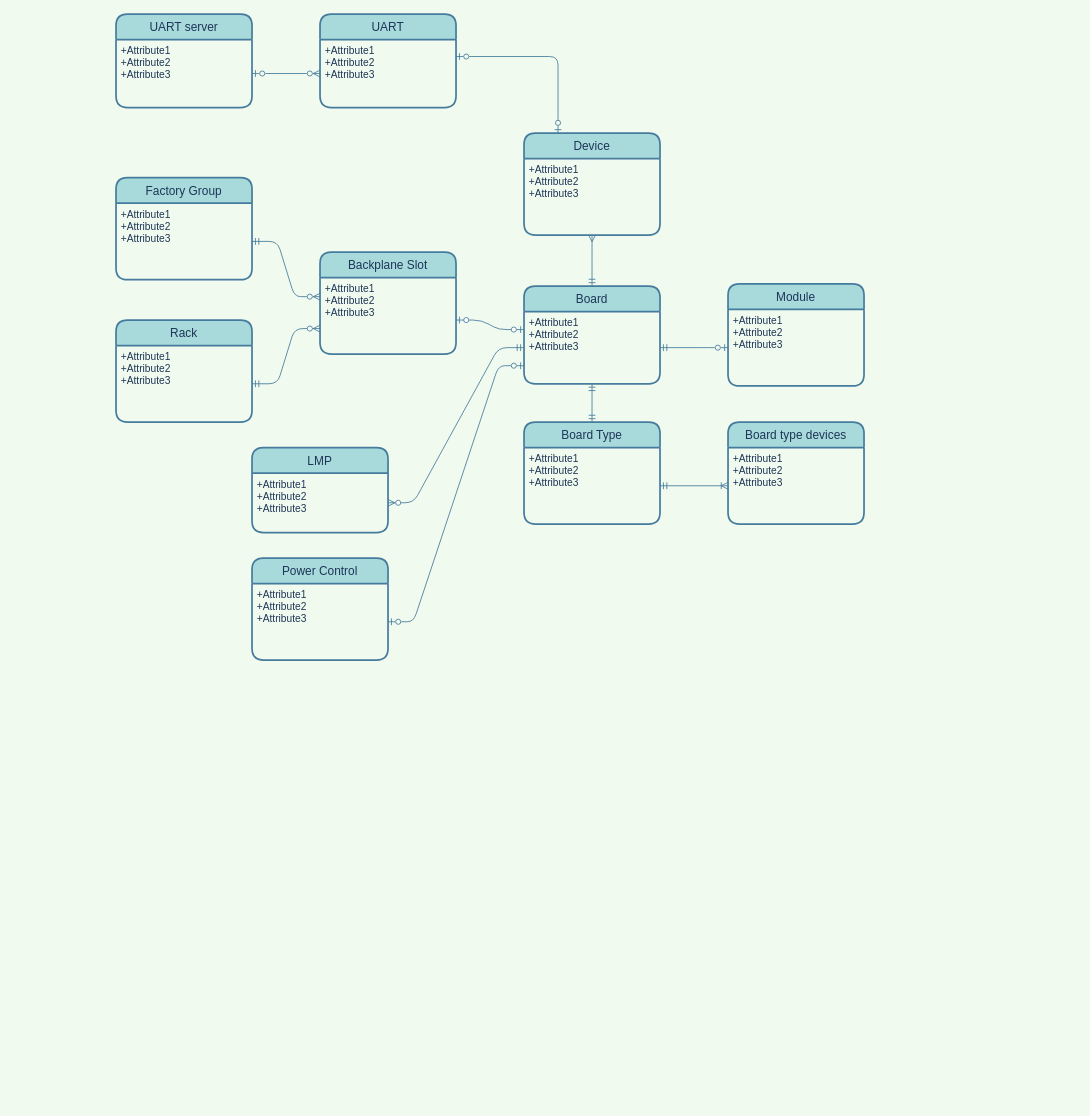
This is ConfManager/models/PlatformConfig.drawio from cygerior/LabManager, a draw.io file, before an edit. Source tidied: cells renumbered, new cells numbered last; positions are measured from the earlier drawing's top-left corner, leaving out a move shared by most shapes. Both pictures are drawn from the tidied source at 85%, with x=0, y=0 at pixel (116, 14).
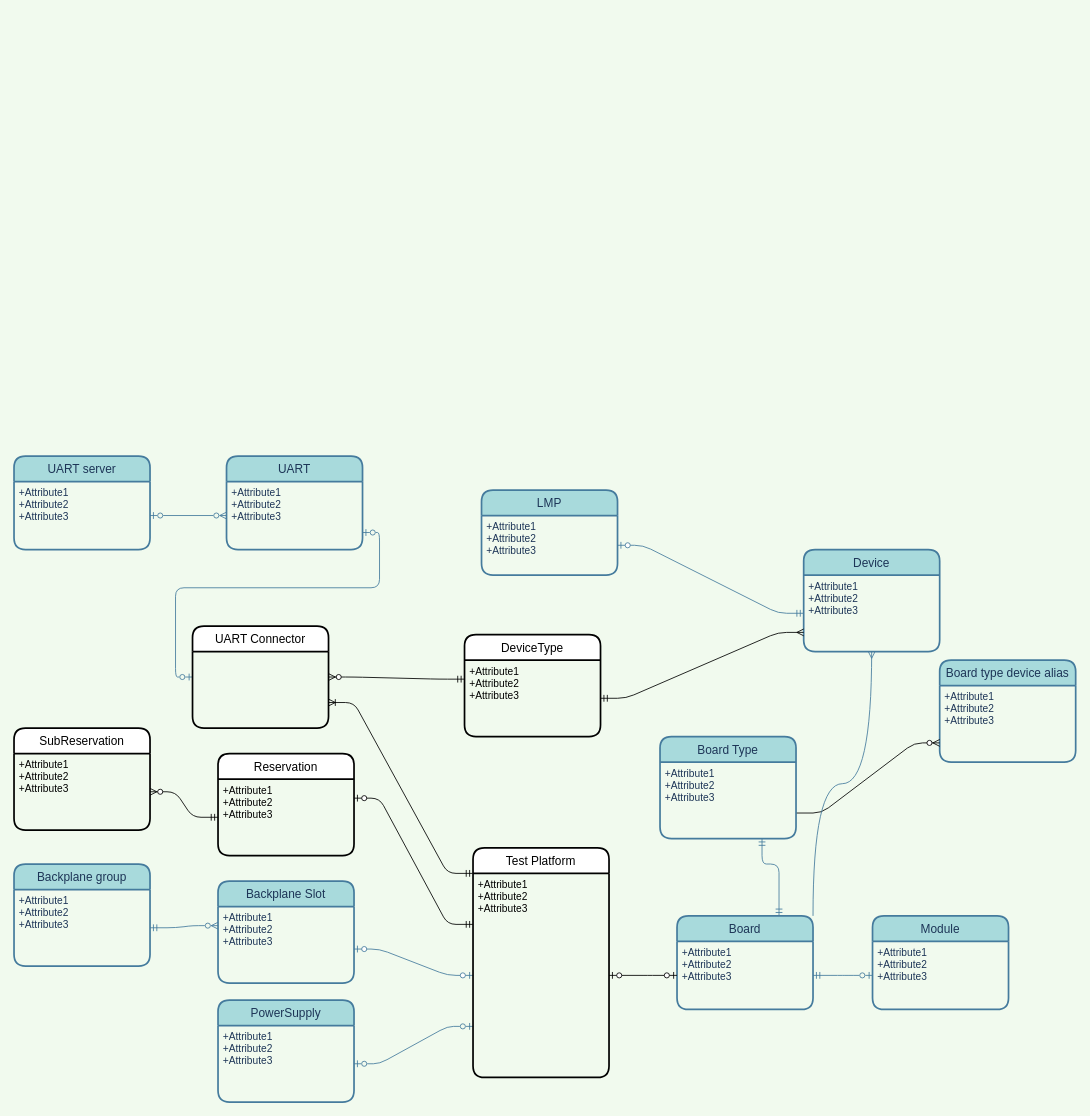
The same diagram, later.

Unchanged cells that the change refers to:
```xml
<mxCell id="5" value="+Attribute1&#10;+Attribute2&#10;+Attribute3" style="align=left;strokeColor=none;fillColor=none;spacingLeft=4;fontSize=12;verticalAlign=top;fontColor=#1D3557;" parent="4" vertex="1">
  <mxGeometry y="30" width="160" height="90" as="geometry" />
</mxCell>
<mxCell id="18" value="+Attribute1&#10;+Attribute2&#10;+Attribute3" style="align=left;strokeColor=none;fillColor=none;spacingLeft=4;fontSize=12;verticalAlign=top;fontColor=#1D3557;" parent="17" vertex="1">
  <mxGeometry y="30" width="160" height="90" as="geometry" />
</mxCell>
<mxCell id="23" value="+Attribute1&#10;+Attribute2&#10;+Attribute3" style="align=left;strokeColor=none;fillColor=none;spacingLeft=4;fontSize=12;verticalAlign=top;fontColor=#1D3557;" parent="22" vertex="1">
  <mxGeometry y="30" width="160" height="90" as="geometry" />
</mxCell>
<mxCell id="27" value="+Attribute1&#10;+Attribute2&#10;+Attribute3" style="align=left;strokeColor=none;fillColor=none;spacingLeft=4;fontSize=12;verticalAlign=top;fontColor=#1D3557;" parent="26" vertex="1">
  <mxGeometry y="30" width="160" height="70" as="geometry" />
</mxCell>
<mxCell id="29" value="+Attribute1&#10;+Attribute2&#10;+Attribute3" style="align=left;strokeColor=none;fillColor=none;spacingLeft=4;fontSize=12;verticalAlign=top;fontColor=#1D3557;" parent="28" vertex="1">
  <mxGeometry y="30" width="160" height="80" as="geometry" />
</mxCell>
<mxCell id="36" value="+Attribute1&#10;+Attribute2&#10;+Attribute3" style="align=left;strokeColor=none;fillColor=none;spacingLeft=4;fontSize=12;verticalAlign=top;fontColor=#1D3557;" parent="35" vertex="1">
  <mxGeometry y="30" width="160" height="90" as="geometry" />
</mxCell>
```

The edit, as a diff of the source:
```diff
@@
-    <mxCell id="2" value="Factory Group" style="swimlane;horizontal=1;startSize=30;rounded=1;fontSize=14;fontStyle=0;strokeWidth=2;shadow=0;dashed=0;align=center;fillColor=#A8DADC;strokeColor=#457B9D;fontColor=#1D3557;" parent="1" vertex="1">
-      <mxGeometry y="192.5" width="160" height="120" as="geometry" />
+    <mxCell id="2" value="Backplane group" style="swimlane;horizontal=1;startSize=30;rounded=1;fontSize=14;fontStyle=0;strokeWidth=2;shadow=0;dashed=0;align=center;fillColor=#A8DADC;strokeColor=#457B9D;fontColor=#1D3557;" parent="1" vertex="1">
+      <mxGeometry x="-120" y="1000" width="160" height="120" as="geometry" />
     </mxCell>
@@
     <mxCell id="4" value="Backplane Slot" style="swimlane;horizontal=1;startSize=30;rounded=1;fontSize=14;fontStyle=0;strokeWidth=2;shadow=0;dashed=0;align=center;fillColor=#A8DADC;strokeColor=#457B9D;fontColor=#1D3557;" parent="1" vertex="1">
-      <mxGeometry x="240" y="280" width="160" height="120" as="geometry" />
+      <mxGeometry x="120" y="1020" width="160" height="120" as="geometry" />
     </mxCell>
@@
-    <mxCell id="7" value="Rack" style="swimlane;horizontal=1;startSize=30;rounded=1;fontSize=14;fontStyle=0;strokeWidth=2;shadow=0;dashed=0;align=center;fillColor=#A8DADC;strokeColor=#457B9D;fontColor=#1D3557;" parent="1" vertex="1">
-      <mxGeometry y="360" width="160" height="120" as="geometry" />
-    </mxCell>
-    <mxCell id="8" value="+Attribute1&#10;+Attribute2&#10;+Attribute3" style="align=left;strokeColor=none;fillColor=none;spacingLeft=4;fontSize=12;verticalAlign=top;fontColor=#1D3557;" parent="7" vertex="1">
-      <mxGeometry y="30" width="160" height="90" as="geometry" />
-    </mxCell>
-    <mxCell id="9" style="edgeStyle=entityRelationEdgeStyle;fontSize=12;html=1;endArrow=ERzeroToMany;endFill=1;entryX=0;entryY=0.667;entryDx=0;entryDy=0;entryPerimeter=0;exitX=1;exitY=0.5;exitDx=0;exitDy=0;startArrow=ERmandOne;startFill=0;strokeColor=#457B9D;fontColor=#1D3557;labelBackgroundColor=#F1FAEE;" parent="1" edge="1" source="8" target="5">
-      <mxGeometry relative="1" as="geometry" />
-    </mxCell>
-    <mxCell id="10" style="edgeStyle=entityRelationEdgeStyle;fontSize=12;html=1;endArrow=ERzeroToOne;endFill=1;entryX=0;entryY=0.25;entryDx=0;entryDy=0;exitX=1;exitY=0.556;exitDx=0;exitDy=0;exitPerimeter=0;strokeColor=#457B9D;fontColor=#1D3557;labelBackgroundColor=#F1FAEE;startArrow=ERzeroToOne;startFill=1;" parent="1" edge="1" source="5" target="12">
+    <mxCell id="10" style="edgeStyle=entityRelationEdgeStyle;fontSize=12;html=1;endArrow=ERzeroToOne;endFill=1;entryX=0;entryY=0.5;entryDx=0;entryDy=0;exitX=1;exitY=0.556;exitDx=0;exitDy=0;exitPerimeter=0;strokeColor=#457B9D;fontColor=#1D3557;labelBackgroundColor=#F1FAEE;startArrow=ERzeroToOne;startFill=1;" parent="1" edge="1" source="5" target="38">
       <mxGeometry relative="1" as="geometry" />
     </mxCell>
     <mxCell id="11" value="Board" style="swimlane;horizontal=1;startSize=30;rounded=1;fontSize=14;fontStyle=0;strokeWidth=2;shadow=0;dashed=0;align=center;fillColor=#A8DADC;strokeColor=#457B9D;fontColor=#1D3557;" parent="1" vertex="1">
-      <mxGeometry x="480" y="320" width="160" height="115" as="geometry" />
+      <mxGeometry x="660" y="1061" width="160" height="110" as="geometry" />
     </mxCell>
     <mxCell id="12" value="+Attribute1&#10;+Attribute2&#10;+Attribute3" style="align=left;strokeColor=none;fillColor=none;spacingLeft=4;fontSize=12;verticalAlign=top;fontColor=#1D3557;" parent="11" vertex="1">
-      <mxGeometry y="30" width="160" height="85" as="geometry" />
+      <mxGeometry y="30" width="160" height="80" as="geometry" />
     </mxCell>
@@
     <mxCell id="14" value="Module" style="swimlane;horizontal=1;startSize=30;rounded=1;fontSize=14;fontStyle=0;strokeWidth=2;shadow=0;dashed=0;align=center;fillColor=#A8DADC;strokeColor=#457B9D;fontColor=#1D3557;" parent="1" vertex="1">
-      <mxGeometry x="720" y="317.5" width="160" height="120" as="geometry" />
+      <mxGeometry x="890" y="1061" width="160" height="110" as="geometry" />
     </mxCell>
     <mxCell id="15" value="+Attribute1&#10;+Attribute2&#10;+Attribute3" style="align=left;strokeColor=none;fillColor=none;spacingLeft=4;fontSize=12;verticalAlign=top;fontColor=#1D3557;" parent="14" vertex="1">
-      <mxGeometry y="30" width="160" height="90" as="geometry" />
+      <mxGeometry y="30" width="160" height="80" as="geometry" />
     </mxCell>
-    <mxCell id="16" style="edgeStyle=orthogonalEdgeStyle;fontSize=12;html=1;endArrow=ERmandOne;endFill=0;exitX=0.5;exitY=1;exitDx=0;exitDy=0;entryX=0.5;entryY=0;entryDx=0;entryDy=0;startArrow=ERmany;startFill=0;strokeColor=#457B9D;fontColor=#1D3557;jumpStyle=none;shadow=0;curved=1;labelBackgroundColor=#F1FAEE;" parent="1" edge="1" source="36" target="11">
-      <mxGeometry relative="1" as="geometry" />
-    </mxCell>
-    <mxCell id="17" value="Power Control" style="swimlane;horizontal=1;startSize=30;rounded=1;fontSize=14;fontStyle=0;strokeWidth=2;shadow=0;dashed=0;align=center;fillColor=#A8DADC;strokeColor=#457B9D;fontColor=#1D3557;" parent="1" vertex="1">
-      <mxGeometry x="160" y="640" width="160" height="120" as="geometry" />
+    <mxCell id="17" value="PowerSupply" style="swimlane;horizontal=1;startSize=30;rounded=1;fontSize=14;fontStyle=0;strokeWidth=2;shadow=0;dashed=0;align=center;fillColor=#A8DADC;strokeColor=#457B9D;fontColor=#1D3557;" parent="1" vertex="1">
+      <mxGeometry x="120" y="1160" width="160" height="120" as="geometry" />
     </mxCell>
@@
-    <mxCell id="19" style="edgeStyle=entityRelationEdgeStyle;jettySize=auto;html=1;fontSize=12;startArrow=ERzeroToOne;startFill=0;endArrow=ERzeroToOne;endFill=0;entryX=0;entryY=0.75;entryDx=0;entryDy=0;strokeColor=#457B9D;fontColor=#1D3557;labelBackgroundColor=#F1FAEE;" parent="1" edge="1" source="18" target="12">
+    <mxCell id="19" style="edgeStyle=entityRelationEdgeStyle;jettySize=auto;html=1;fontSize=12;startArrow=ERzeroToOne;startFill=0;endArrow=ERzeroToOne;endFill=0;entryX=0;entryY=0.75;entryDx=0;entryDy=0;strokeColor=#457B9D;fontColor=#1D3557;labelBackgroundColor=#F1FAEE;" parent="1" edge="1" source="18" target="38">
       <mxGeometry relative="1" as="geometry" />
     </mxCell>
-    <mxCell id="20" value="Board Type" style="swimlane;horizontal=1;startSize=30;rounded=1;fontSize=14;fontStyle=0;strokeWidth=2;shadow=0;dashed=0;align=center;fillColor=#A8DADC;strokeColor=#457B9D;fontColor=#1D3557;" parent="1" vertex="1">
-      <mxGeometry x="480" y="480" width="160" height="120" as="geometry" />
-    </mxCell>
-    <mxCell id="21" value="+Attribute1&#10;+Attribute2&#10;+Attribute3" style="align=left;strokeColor=none;fillColor=none;spacingLeft=4;fontSize=12;verticalAlign=top;fontColor=#1D3557;" parent="20" vertex="1">
-      <mxGeometry y="30" width="160" height="90" as="geometry" />
-    </mxCell>
-    <mxCell id="22" value="Board type devices" style="swimlane;horizontal=1;startSize=30;rounded=1;fontSize=14;fontStyle=0;strokeWidth=2;shadow=0;dashed=0;align=center;fillColor=#A8DADC;strokeColor=#457B9D;fontColor=#1D3557;" parent="1" vertex="1">
-      <mxGeometry x="720" y="480" width="160" height="120" as="geometry" />
+    <mxCell id="22" value="Board type device alias" style="swimlane;horizontal=1;startSize=30;rounded=1;fontSize=14;fontStyle=0;strokeWidth=2;shadow=0;dashed=0;align=center;fillColor=#A8DADC;strokeColor=#457B9D;fontColor=#1D3557;" parent="1" vertex="1">
+      <mxGeometry x="969" y="760" width="160" height="120" as="geometry" />
     </mxCell>
@@
-    <mxCell id="24" style="edgeStyle=orthogonalEdgeStyle;rounded=1;jettySize=auto;html=1;exitX=0.5;exitY=1;exitDx=0;exitDy=0;entryX=0.5;entryY=0;entryDx=0;entryDy=0;endArrow=ERmandOne;endFill=0;startArrow=ERmandOne;startFill=0;strokeColor=#457B9D;fontColor=#1D3557;labelBackgroundColor=#F1FAEE;" parent="1" edge="1" source="12" target="20">
-      <mxGeometry relative="1" as="geometry" />
+    <mxCell id="24" style="edgeStyle=orthogonalEdgeStyle;rounded=1;jettySize=auto;html=1;exitX=0.75;exitY=0;exitDx=0;exitDy=0;endArrow=ERmandOne;endFill=0;startArrow=ERmandOne;startFill=0;strokeColor=#457B9D;fontColor=#1D3557;labelBackgroundColor=#F1FAEE;entryX=0.75;entryY=1;entryDx=0;entryDy=0;" parent="1" edge="1" source="11" target="21">
+      <mxGeometry relative="1" as="geometry">
+        <Array as="points">
+          <mxPoint x="780" y="1000" />
+          <mxPoint x="760" y="1000" />
+        </Array>
+      </mxGeometry>
     </mxCell>
-    <mxCell id="25" style="edgeStyle=orthogonalEdgeStyle;rounded=1;jettySize=auto;html=1;exitX=1;exitY=0.5;exitDx=0;exitDy=0;startArrow=ERmandOne;startFill=0;endArrow=ERoneToMany;endFill=0;strokeColor=#457B9D;fontColor=#1D3557;labelBackgroundColor=#F1FAEE;" parent="1" edge="1" source="21" target="23">
-      <mxGeometry relative="1" as="geometry" />
-    </mxCell>
     <mxCell id="26" value="LMP" style="swimlane;horizontal=1;startSize=30;rounded=1;fontSize=14;fontStyle=0;strokeWidth=2;shadow=0;dashed=0;align=center;fillColor=#A8DADC;strokeColor=#457B9D;fontColor=#1D3557;" parent="1" vertex="1">
-      <mxGeometry x="160" y="510" width="160" height="100" as="geometry" />
+      <mxGeometry x="430" y="560" width="160" height="100" as="geometry" />
     </mxCell>
@@
     <mxCell id="28" value="UART" style="swimlane;horizontal=1;startSize=30;rounded=1;fontSize=14;fontStyle=0;strokeWidth=2;shadow=0;dashed=0;align=center;fillColor=#A8DADC;strokeColor=#457B9D;fontColor=#1D3557;" parent="1" vertex="1">
-      <mxGeometry x="240" width="160" height="110" as="geometry" />
+      <mxGeometry x="130" y="520" width="160" height="110" as="geometry" />
     </mxCell>
@@
-    <mxCell id="30" style="edgeStyle=orthogonalEdgeStyle;rounded=1;jettySize=auto;html=1;exitX=1;exitY=0.25;exitDx=0;exitDy=0;entryX=0.25;entryY=0;entryDx=0;entryDy=0;startArrow=ERzeroToOne;startFill=0;endArrow=ERzeroToOne;endFill=0;strokeColor=#457B9D;fontColor=#1D3557;labelBackgroundColor=#F1FAEE;" parent="1" edge="1" source="29" target="35">
+    <mxCell id="30" style="edgeStyle=orthogonalEdgeStyle;rounded=1;jettySize=auto;html=1;exitX=1;exitY=0.75;exitDx=0;exitDy=0;entryX=0;entryY=0.5;entryDx=0;entryDy=0;startArrow=ERzeroToOne;startFill=0;endArrow=ERzeroToOne;endFill=0;strokeColor=#457B9D;fontColor=#1D3557;labelBackgroundColor=#F1FAEE;" parent="1" edge="1" source="29" target="46">
       <mxGeometry relative="1" as="geometry" />
     </mxCell>
-    <mxCell id="31" style="edgeStyle=entityRelationEdgeStyle;fontSize=12;html=1;endArrow=ERmandOne;startArrow=ERzeroToMany;fontColor=#1D3557;strokeColor=#457B9D;fillColor=#A8DADC;exitX=1;exitY=0.5;exitDx=0;exitDy=0;entryX=0;entryY=0.5;entryDx=0;entryDy=0;endFill=0;startFill=1;labelBackgroundColor=#F1FAEE;" parent="1" edge="1" source="27" target="12">
+    <mxCell id="31" style="edgeStyle=entityRelationEdgeStyle;fontSize=12;html=1;endArrow=ERmandOne;startArrow=ERzeroToOne;fontColor=#1D3557;strokeColor=#457B9D;fillColor=#A8DADC;exitX=1;exitY=0.5;exitDx=0;exitDy=0;entryX=0;entryY=0.5;entryDx=0;entryDy=0;endFill=0;startFill=1;labelBackgroundColor=#F1FAEE;" parent="1" edge="1" source="27" target="36">
       <mxGeometry relative="1" as="geometry" />
     </mxCell>
     <mxCell id="32" value="UART server" style="swimlane;horizontal=1;startSize=30;rounded=1;fontSize=14;fontStyle=0;strokeWidth=2;shadow=0;dashed=0;align=center;sketch=0;fontColor=#1D3557;fillColor=#A8DADC;strokeColor=#457B9D;" parent="1" vertex="1">
-      <mxGeometry width="160" height="110" as="geometry" />
+      <mxGeometry x="-120" y="520" width="160" height="110" as="geometry" />
     </mxCell>
@@
     <mxCell id="35" value="Device" style="swimlane;horizontal=1;startSize=30;rounded=1;fontSize=14;fontStyle=0;strokeWidth=2;shadow=0;dashed=0;align=center;sketch=0;fontColor=#1D3557;fillColor=#A8DADC;strokeColor=#457B9D;" parent="1" vertex="1">
-      <mxGeometry x="480" y="140" width="160" height="120" as="geometry" />
+      <mxGeometry x="809" y="630" width="160" height="120" as="geometry" />
     </mxCell>
@@
+    <mxCell id="37" value="Test Platform" style="swimlane;horizontal=1;startSize=30;rounded=1;fontSize=14;fontStyle=0;strokeWidth=2;shadow=0;dashed=0;align=center;" parent="1" vertex="1">
+      <mxGeometry x="420" y="981" width="160" height="270" as="geometry" />
+    </mxCell>
+    <mxCell id="38" value="+Attribute1&#10;+Attribute2&#10;+Attribute3" style="align=left;strokeColor=none;fillColor=none;spacingLeft=4;fontSize=12;verticalAlign=top;" parent="37" vertex="1">
+      <mxGeometry y="30" width="160" height="240" as="geometry" />
+    </mxCell>
+    <mxCell id="39" value="Reservation" style="swimlane;horizontal=1;startSize=30;rounded=1;fontSize=14;fontStyle=0;strokeWidth=2;shadow=0;dashed=0;align=center;" parent="1" vertex="1">
+      <mxGeometry x="120" y="870" width="160" height="120" as="geometry" />
+    </mxCell>
+    <mxCell id="40" value="+Attribute1&#10;+Attribute2&#10;+Attribute3" style="align=left;strokeColor=none;fillColor=none;spacingLeft=4;fontSize=12;verticalAlign=top;" parent="39" vertex="1">
+      <mxGeometry y="30" width="160" height="90" as="geometry" />
+    </mxCell>
+    <mxCell id="41" style="edgeStyle=entityRelationEdgeStyle;fontSize=12;html=1;endArrow=ERmandOne;endFill=0;exitX=1;exitY=0.25;exitDx=0;exitDy=0;startArrow=ERzeroToOne;startFill=1;entryX=0;entryY=0.25;entryDx=0;entryDy=0;" parent="1" edge="1" source="40" target="38">
+      <mxGeometry relative="1" as="geometry" />
+    </mxCell>
+    <mxCell id="42" value="SubReservation" style="swimlane;horizontal=1;startSize=30;rounded=1;fontSize=14;fontStyle=0;strokeWidth=2;shadow=0;dashed=0;align=center;" parent="1" vertex="1">
+      <mxGeometry x="-120" y="840" width="160" height="120" as="geometry" />
+    </mxCell>
+    <mxCell id="43" value="+Attribute1&#10;+Attribute2&#10;+Attribute3" style="align=left;strokeColor=none;fillColor=none;spacingLeft=4;fontSize=12;verticalAlign=top;" parent="42" vertex="1">
+      <mxGeometry y="30" width="160" height="90" as="geometry" />
+    </mxCell>
+    <mxCell id="44" style="edgeStyle=entityRelationEdgeStyle;fontSize=12;html=1;endArrow=ERzeroToMany;startArrow=ERmandOne;entryX=1;entryY=0.5;entryDx=0;entryDy=0;exitX=0;exitY=0.5;exitDx=0;exitDy=0;" parent="1" edge="1" source="40" target="43">
+      <mxGeometry relative="1" as="geometry" />
+    </mxCell>
+    <mxCell id="45" style="edgeStyle=entityRelationEdgeStyle;fontSize=12;html=1;endArrow=ERzeroToOne;startArrow=ERzeroToOne;entryX=0;entryY=0.5;entryDx=0;entryDy=0;endFill=1;" parent="1" edge="1" source="38" target="12">
+      <mxGeometry relative="1" as="geometry" />
+    </mxCell>
+    <mxCell id="46" value="UART Connector" style="swimlane;horizontal=1;startSize=30;rounded=1;fontSize=14;fontStyle=0;strokeWidth=2;shadow=0;dashed=0;align=center;" parent="1" vertex="1">
+      <mxGeometry x="90" y="720" width="160" height="120" as="geometry" />
+    </mxCell>
+    <mxCell id="47" style="edgeStyle=entityRelationEdgeStyle;fontSize=12;html=1;endArrow=ERoneToMany;entryX=1;entryY=0.75;entryDx=0;entryDy=0;exitX=0;exitY=0;exitDx=0;exitDy=0;endFill=0;startArrow=ERmandOne;startFill=0;" parent="1" edge="1" source="38" target="46">
+      <mxGeometry relative="1" as="geometry" />
+    </mxCell>
+    <mxCell id="48" value="DeviceType" style="swimlane;horizontal=1;startSize=30;rounded=1;fontSize=14;fontStyle=0;strokeWidth=2;shadow=0;dashed=0;align=center;" parent="1" vertex="1">
+      <mxGeometry x="410" y="730" width="160" height="120" as="geometry" />
+    </mxCell>
+    <mxCell id="49" value="+Attribute1&#10;+Attribute2&#10;+Attribute3" style="align=left;strokeColor=none;fillColor=none;spacingLeft=4;fontSize=12;verticalAlign=top;" parent="48" vertex="1">
+      <mxGeometry y="30" width="160" height="90" as="geometry" />
+    </mxCell>
+    <mxCell id="50" style="edgeStyle=entityRelationEdgeStyle;fontSize=12;html=1;endArrow=ERzeroToMany;startArrow=ERmandOne;entryX=1;entryY=0.5;entryDx=0;entryDy=0;exitX=0;exitY=0.25;exitDx=0;exitDy=0;startFill=0;endFill=1;" parent="1" edge="1" source="49" target="46">
+      <mxGeometry relative="1" as="geometry" />
+    </mxCell>
+    <mxCell id="51" style="edgeStyle=entityRelationEdgeStyle;fontSize=12;html=1;endArrow=ERmany;startArrow=ERmandOne;entryX=0;entryY=0.75;entryDx=0;entryDy=0;exitX=1;exitY=0.5;exitDx=0;exitDy=0;startFill=0;" parent="1" edge="1" source="49" target="36">
+      <mxGeometry relative="1" as="geometry" />
+    </mxCell>
+    <mxCell id="52" style="edgeStyle=entityRelationEdgeStyle;fontSize=12;html=1;endArrow=ERzeroToMany;startArrow=none;entryX=0;entryY=0.75;entryDx=0;entryDy=0;exitX=1;exitY=0.75;exitDx=0;exitDy=0;" parent="1" edge="1" source="20" target="23">
+      <mxGeometry relative="1" as="geometry" />
+    </mxCell>
+    <mxCell id="20" value="Board Type" style="swimlane;horizontal=1;startSize=30;rounded=1;fontSize=14;fontStyle=0;strokeWidth=2;shadow=0;dashed=0;align=center;fillColor=#A8DADC;strokeColor=#457B9D;fontColor=#1D3557;" parent="1" vertex="1">
+      <mxGeometry x="640" y="850" width="160" height="120" as="geometry" />
+    </mxCell>
+    <mxCell id="21" value="+Attribute1&#10;+Attribute2&#10;+Attribute3" style="align=left;strokeColor=none;fillColor=none;spacingLeft=4;fontSize=12;verticalAlign=top;fontColor=#1D3557;" parent="20" vertex="1">
+      <mxGeometry y="30" width="160" height="90" as="geometry" />
+    </mxCell>
+    <mxCell id="16" style="edgeStyle=orthogonalEdgeStyle;fontSize=12;html=1;endArrow=none;endFill=0;exitX=0.5;exitY=1;exitDx=0;exitDy=0;startArrow=ERmany;startFill=0;strokeColor=#457B9D;fontColor=#1D3557;jumpStyle=none;shadow=0;curved=1;labelBackgroundColor=#F1FAEE;entryX=1;entryY=0;entryDx=0;entryDy=0;" parent="1" edge="1" source="36" target="11">
+      <mxGeometry relative="1" as="geometry" />
+    </mxCell>
```
